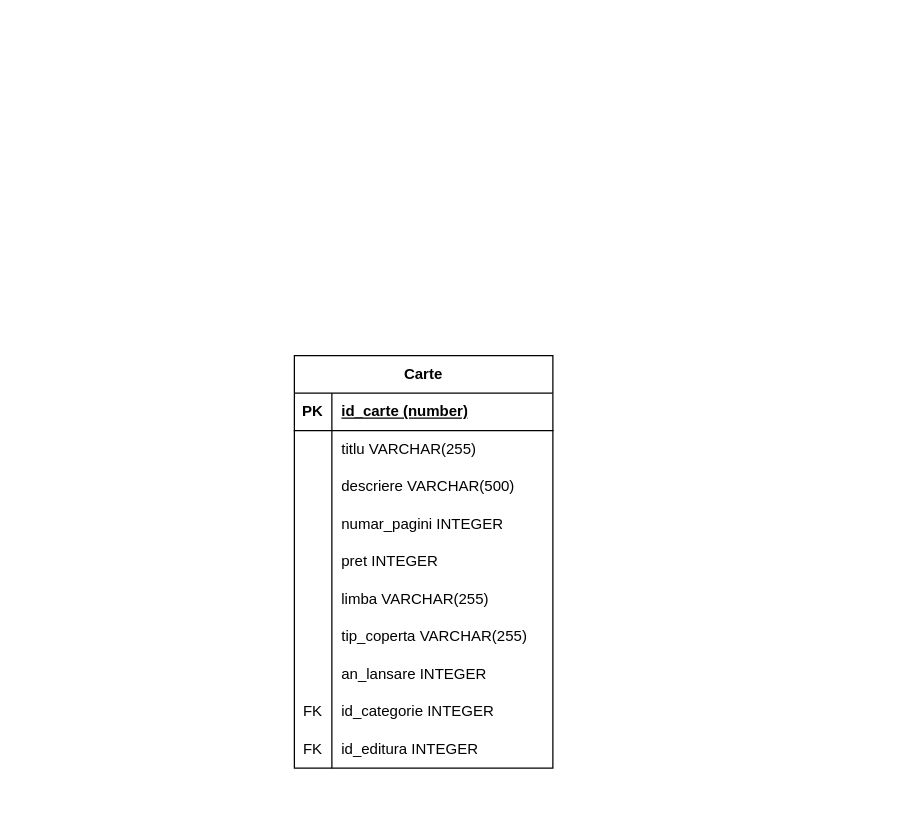
Before: Untitled Diagram.drawio in CiprianVlad/facultate, a draw.io diagram. Source tidied: cells renumbered, new cells numbered last; positions are measured from the earlier drawing's top-left corner, leaving out a move shared by most shapes. Both pictures are drawn from the tidied source at 125%, with x=0, y=0 at pixel (294, 355).
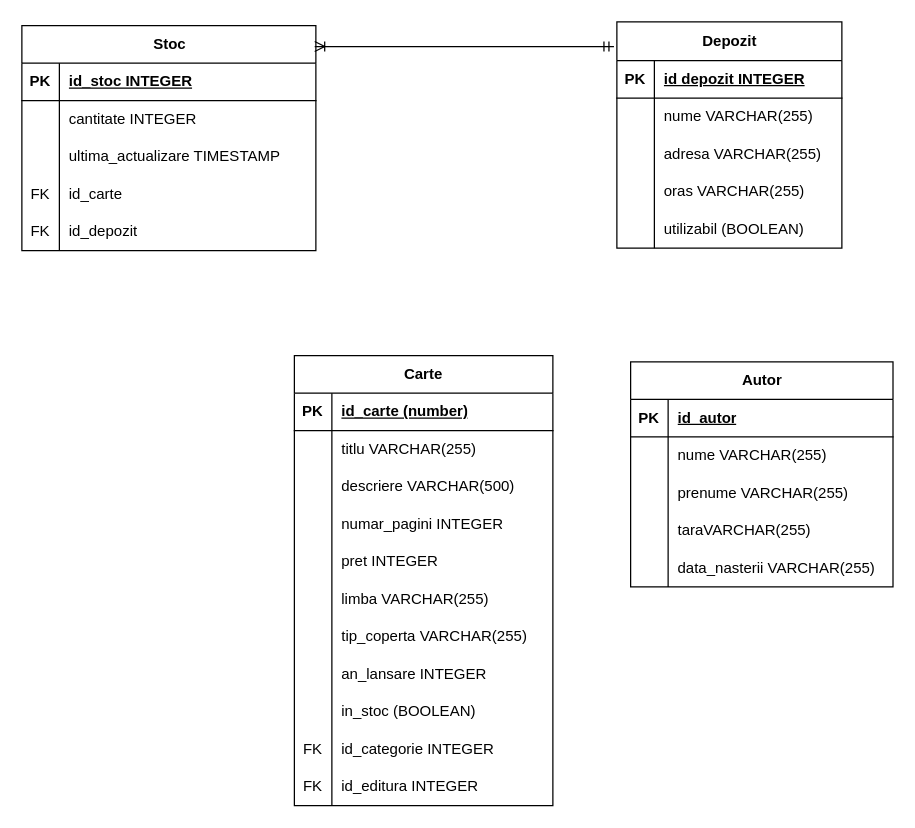
The same diagram, later.

Change to the diagram source:
```diff
@@
     <mxCell id="2" value="Carte" style="shape=table;startSize=30;childLayout=tableLayout;rowLines=0;fontStyle=1;align=center;html=1;" parent="1" vertex="1">
-      <mxGeometry width="206.8" height="330" as="geometry" />
+      <mxGeometry width="206.8" height="360" as="geometry" />
     </mxCell>
@@
+    <mxCell id="33" style="shape=tableRow;horizontal=0;startSize=0;swimlaneHead=0;swimlaneBody=0;fillColor=none;top=0;left=0;right=0;bottom=0;" parent="2" vertex="1">
+      <mxGeometry y="270" width="206.8" height="30" as="geometry" />
+    </mxCell>
+    <mxCell id="34" style="shape=partialRectangle;fillColor=none;top=0;left=0;bottom=0;right=0;overflow=hidden;whiteSpace=wrap;html=1;" parent="33" vertex="1">
+      <mxGeometry width="30" height="30" as="geometry" />
+    </mxCell>
+    <mxCell id="35" value="in_stoc (BOOLEAN)" style="shape=partialRectangle;fillColor=none;top=0;left=0;bottom=0;right=0;align=left;spacingLeft=6;overflow=hidden;whiteSpace=wrap;html=1;" parent="33" vertex="1">
+      <mxGeometry x="30" width="176.8" height="30" as="geometry" />
+    </mxCell>
     <mxCell id="27" style="shape=tableRow;horizontal=0;startSize=0;swimlaneHead=0;swimlaneBody=0;fillColor=none;top=0;left=0;right=0;bottom=0;" parent="2" vertex="1">
-      <mxGeometry y="270" width="206.8" height="30" as="geometry" />
+      <mxGeometry y="300" width="206.8" height="30" as="geometry" />
     </mxCell>
@@
     <mxCell id="30" style="shape=tableRow;horizontal=0;startSize=0;swimlaneHead=0;swimlaneBody=0;fillColor=none;top=0;left=0;right=0;bottom=0;" parent="2" vertex="1">
-      <mxGeometry y="300" width="206.8" height="30" as="geometry" />
+      <mxGeometry y="330" width="206.8" height="30" as="geometry" />
     </mxCell>
@@
+    <mxCell id="36" value="Stoc" style="shape=table;startSize=30;childLayout=tableLayout;rowLines=0;fontStyle=1;align=center;html=1;" parent="1" vertex="1">
+      <mxGeometry x="-218" y="-264" width="235.2" height="180" as="geometry" />
+    </mxCell>
+    <mxCell id="37" style="shape=tableRow;horizontal=0;startSize=0;swimlaneHead=0;swimlaneBody=0;fillColor=none;top=0;left=0;right=0;bottom=1;" parent="36" vertex="1">
+      <mxGeometry y="30" width="235.2" height="30" as="geometry" />
+    </mxCell>
+    <mxCell id="38" value="PK" style="shape=partialRectangle;fillColor=none;top=0;left=0;bottom=0;right=0;fontStyle=1;overflow=hidden;whiteSpace=wrap;html=1;" parent="37" vertex="1">
+      <mxGeometry width="30" height="30" as="geometry" />
+    </mxCell>
+    <mxCell id="39" value="id_stoc INTEGER" style="shape=partialRectangle;fillColor=none;top=0;left=0;bottom=0;right=0;align=left;spacingLeft=6;fontStyle=5;overflow=hidden;whiteSpace=wrap;html=1;" parent="37" vertex="1">
+      <mxGeometry x="30" width="205.2" height="30" as="geometry" />
+    </mxCell>
+    <mxCell id="40" style="shape=tableRow;horizontal=0;startSize=0;swimlaneHead=0;swimlaneBody=0;fillColor=none;top=0;left=0;right=0;bottom=0;" parent="36" vertex="1">
+      <mxGeometry y="60" width="235.2" height="30" as="geometry" />
+    </mxCell>
+    <mxCell id="41" style="shape=partialRectangle;fillColor=none;top=0;left=0;bottom=0;right=0;overflow=hidden;whiteSpace=wrap;html=1;" parent="40" vertex="1">
+      <mxGeometry width="30" height="30" as="geometry" />
+    </mxCell>
+    <mxCell id="42" value="cantitate INTEGER" style="shape=partialRectangle;fillColor=none;top=0;left=0;bottom=0;right=0;align=left;spacingLeft=6;overflow=hidden;whiteSpace=wrap;html=1;" parent="40" vertex="1">
+      <mxGeometry x="30" width="205.2" height="30" as="geometry" />
+    </mxCell>
+    <mxCell id="43" style="shape=tableRow;horizontal=0;startSize=0;swimlaneHead=0;swimlaneBody=0;fillColor=none;top=0;left=0;right=0;bottom=0;" parent="36" vertex="1">
+      <mxGeometry y="90" width="235.2" height="30" as="geometry" />
+    </mxCell>
+    <mxCell id="44" style="shape=partialRectangle;fillColor=none;top=0;left=0;bottom=0;right=0;overflow=hidden;whiteSpace=wrap;html=1;" parent="43" vertex="1">
+      <mxGeometry width="30" height="30" as="geometry" />
+    </mxCell>
+    <mxCell id="45" value="ultima_actualizare TIMESTAMP" style="shape=partialRectangle;fillColor=none;top=0;left=0;bottom=0;right=0;align=left;spacingLeft=6;overflow=hidden;whiteSpace=wrap;html=1;" parent="43" vertex="1">
+      <mxGeometry x="30" width="205.2" height="30" as="geometry" />
+    </mxCell>
+    <mxCell id="46" style="shape=tableRow;horizontal=0;startSize=0;swimlaneHead=0;swimlaneBody=0;fillColor=none;top=0;left=0;right=0;bottom=0;" parent="36" vertex="1">
+      <mxGeometry y="120" width="235.2" height="30" as="geometry" />
+    </mxCell>
+    <mxCell id="47" value="FK" style="shape=partialRectangle;fillColor=none;top=0;left=0;bottom=0;right=0;overflow=hidden;whiteSpace=wrap;html=1;" parent="46" vertex="1">
+      <mxGeometry width="30" height="30" as="geometry" />
+    </mxCell>
+    <mxCell id="48" value="id_carte" style="shape=partialRectangle;fillColor=none;top=0;left=0;bottom=0;right=0;align=left;spacingLeft=6;overflow=hidden;whiteSpace=wrap;html=1;" parent="46" vertex="1">
+      <mxGeometry x="30" width="205.2" height="30" as="geometry" />
+    </mxCell>
+    <mxCell id="49" style="shape=tableRow;horizontal=0;startSize=0;swimlaneHead=0;swimlaneBody=0;fillColor=none;top=0;left=0;right=0;bottom=0;" parent="36" vertex="1">
+      <mxGeometry y="150" width="235.2" height="30" as="geometry" />
+    </mxCell>
+    <mxCell id="50" value="FK" style="shape=partialRectangle;fillColor=none;top=0;left=0;bottom=0;right=0;overflow=hidden;whiteSpace=wrap;html=1;" parent="49" vertex="1">
+      <mxGeometry width="30" height="30" as="geometry" />
+    </mxCell>
+    <mxCell id="51" value="id_depozit" style="shape=partialRectangle;fillColor=none;top=0;left=0;bottom=0;right=0;align=left;spacingLeft=6;overflow=hidden;whiteSpace=wrap;html=1;" parent="49" vertex="1">
+      <mxGeometry x="30" width="205.2" height="30" as="geometry" />
+    </mxCell>
+    <mxCell id="52" value="Depozit" style="shape=table;startSize=31;childLayout=tableLayout;rowLines=0;fontStyle=1;align=center;html=1;" parent="1" vertex="1">
+      <mxGeometry x="258" y="-267" width="180" height="181" as="geometry" />
+    </mxCell>
+    <mxCell id="53" style="shape=tableRow;horizontal=0;startSize=0;swimlaneHead=0;swimlaneBody=0;fillColor=none;top=0;left=0;right=0;bottom=1;" parent="52" vertex="1">
+      <mxGeometry y="31" width="180" height="30" as="geometry" />
+    </mxCell>
+    <mxCell id="54" value="PK" style="shape=partialRectangle;fillColor=none;top=0;left=0;bottom=0;right=0;fontStyle=1;overflow=hidden;whiteSpace=wrap;html=1;" parent="53" vertex="1">
+      <mxGeometry width="30" height="30" as="geometry" />
+    </mxCell>
+    <mxCell id="55" value="id depozit INTEGER" style="shape=partialRectangle;fillColor=none;top=0;left=0;bottom=0;right=0;align=left;spacingLeft=6;fontStyle=5;overflow=hidden;whiteSpace=wrap;html=1;" parent="53" vertex="1">
+      <mxGeometry x="30" width="150" height="30" as="geometry" />
+    </mxCell>
+    <mxCell id="56" style="shape=tableRow;horizontal=0;startSize=0;swimlaneHead=0;swimlaneBody=0;fillColor=none;top=0;left=0;right=0;bottom=0;" parent="52" vertex="1">
+      <mxGeometry y="61" width="180" height="30" as="geometry" />
+    </mxCell>
+    <mxCell id="57" style="shape=partialRectangle;fillColor=none;top=0;left=0;bottom=0;right=0;overflow=hidden;whiteSpace=wrap;html=1;" parent="56" vertex="1">
+      <mxGeometry width="30" height="30" as="geometry" />
+    </mxCell>
+    <mxCell id="58" value="nume VARCHAR(255)" style="shape=partialRectangle;fillColor=none;top=0;left=0;bottom=0;right=0;align=left;spacingLeft=6;overflow=hidden;whiteSpace=wrap;html=1;" parent="56" vertex="1">
+      <mxGeometry x="30" width="150" height="30" as="geometry" />
+    </mxCell>
+    <mxCell id="59" style="shape=tableRow;horizontal=0;startSize=0;swimlaneHead=0;swimlaneBody=0;fillColor=none;top=0;left=0;right=0;bottom=0;" parent="52" vertex="1">
+      <mxGeometry y="91" width="180" height="30" as="geometry" />
+    </mxCell>
+    <mxCell id="60" style="shape=partialRectangle;fillColor=none;top=0;left=0;bottom=0;right=0;overflow=hidden;whiteSpace=wrap;html=1;" parent="59" vertex="1">
+      <mxGeometry width="30" height="30" as="geometry" />
+    </mxCell>
+    <mxCell id="61" value="adresa VARCHAR(255)" style="shape=partialRectangle;fillColor=none;top=0;left=0;bottom=0;right=0;align=left;spacingLeft=6;overflow=hidden;whiteSpace=wrap;html=1;" parent="59" vertex="1">
+      <mxGeometry x="30" width="150" height="30" as="geometry" />
+    </mxCell>
+    <mxCell id="62" style="shape=tableRow;horizontal=0;startSize=0;swimlaneHead=0;swimlaneBody=0;fillColor=none;top=0;left=0;right=0;bottom=0;" parent="52" vertex="1">
+      <mxGeometry y="121" width="180" height="30" as="geometry" />
+    </mxCell>
+    <mxCell id="63" style="shape=partialRectangle;fillColor=none;top=0;left=0;bottom=0;right=0;overflow=hidden;whiteSpace=wrap;html=1;" parent="62" vertex="1">
+      <mxGeometry width="30" height="30" as="geometry" />
+    </mxCell>
+    <mxCell id="64" value="oras VARCHAR(255)" style="shape=partialRectangle;fillColor=none;top=0;left=0;bottom=0;right=0;align=left;spacingLeft=6;overflow=hidden;whiteSpace=wrap;html=1;" parent="62" vertex="1">
+      <mxGeometry x="30" width="150" height="30" as="geometry" />
+    </mxCell>
+    <mxCell id="65" style="shape=tableRow;horizontal=0;startSize=0;swimlaneHead=0;swimlaneBody=0;fillColor=none;top=0;left=0;right=0;bottom=0;" parent="52" vertex="1">
+      <mxGeometry y="151" width="180" height="30" as="geometry" />
+    </mxCell>
+    <mxCell id="66" style="shape=partialRectangle;fillColor=none;top=0;left=0;bottom=0;right=0;overflow=hidden;whiteSpace=wrap;html=1;" parent="65" vertex="1">
+      <mxGeometry width="30" height="30" as="geometry" />
+    </mxCell>
+    <mxCell id="67" value="utilizabil (BOOLEAN)" style="shape=partialRectangle;fillColor=none;top=0;left=0;bottom=0;right=0;align=left;spacingLeft=6;overflow=hidden;whiteSpace=wrap;html=1;" parent="65" vertex="1">
+      <mxGeometry x="30" width="150" height="30" as="geometry" />
+    </mxCell>
+    <mxCell id="68" style="edgeStyle=entityRelationEdgeStyle;fontSize=12;html=1;endArrow=ERoneToMany;startArrow=ERmandOne;rounded=0;exitX=-0.013;exitY=0.109;exitDx=0;exitDy=0;entryX=0.996;entryY=0.093;entryDx=0;entryDy=0;entryPerimeter=0;exitPerimeter=0;" parent="1" edge="1" source="52" target="36">
+      <mxGeometry relative="1" as="geometry" />
+    </mxCell>
+    <mxCell id="69" value="Autor" style="shape=table;startSize=30;childLayout=tableLayout;rowLines=0;fontStyle=1;align=center;html=1;" parent="1" vertex="1">
+      <mxGeometry x="269" y="5" width="209.9" height="180" as="geometry" />
+    </mxCell>
+    <mxCell id="70" style="shape=tableRow;horizontal=0;startSize=0;swimlaneHead=0;swimlaneBody=0;fillColor=none;top=0;left=0;right=0;bottom=1;" parent="69" vertex="1">
+      <mxGeometry y="30" width="209.9" height="30" as="geometry" />
+    </mxCell>
+    <mxCell id="71" value="PK" style="shape=partialRectangle;fillColor=none;top=0;left=0;bottom=0;right=0;fontStyle=1;overflow=hidden;whiteSpace=wrap;html=1;" parent="70" vertex="1">
+      <mxGeometry width="30" height="30" as="geometry" />
+    </mxCell>
+    <mxCell id="72" value="id_autor" style="shape=partialRectangle;fillColor=none;top=0;left=0;bottom=0;right=0;align=left;spacingLeft=6;fontStyle=5;overflow=hidden;whiteSpace=wrap;html=1;" parent="70" vertex="1">
+      <mxGeometry x="30" width="179.9" height="30" as="geometry" />
+    </mxCell>
+    <mxCell id="73" style="shape=tableRow;horizontal=0;startSize=0;swimlaneHead=0;swimlaneBody=0;fillColor=none;top=0;left=0;right=0;bottom=0;" parent="69" vertex="1">
+      <mxGeometry y="60" width="209.9" height="30" as="geometry" />
+    </mxCell>
+    <mxCell id="74" style="shape=partialRectangle;fillColor=none;top=0;left=0;bottom=0;right=0;overflow=hidden;whiteSpace=wrap;html=1;" parent="73" vertex="1">
+      <mxGeometry width="30" height="30" as="geometry" />
+    </mxCell>
+    <mxCell id="75" value="nume VARCHAR(255)" style="shape=partialRectangle;fillColor=none;top=0;left=0;bottom=0;right=0;align=left;spacingLeft=6;overflow=hidden;whiteSpace=wrap;html=1;" parent="73" vertex="1">
+      <mxGeometry x="30" width="179.9" height="30" as="geometry" />
+    </mxCell>
+    <mxCell id="76" style="shape=tableRow;horizontal=0;startSize=0;swimlaneHead=0;swimlaneBody=0;fillColor=none;top=0;left=0;right=0;bottom=0;" parent="69" vertex="1">
+      <mxGeometry y="90" width="209.9" height="30" as="geometry" />
+    </mxCell>
+    <mxCell id="77" style="shape=partialRectangle;fillColor=none;top=0;left=0;bottom=0;right=0;overflow=hidden;whiteSpace=wrap;html=1;" parent="76" vertex="1">
+      <mxGeometry width="30" height="30" as="geometry" />
+    </mxCell>
+    <mxCell id="78" value="prenume VARCHAR(255)" style="shape=partialRectangle;fillColor=none;top=0;left=0;bottom=0;right=0;align=left;spacingLeft=6;overflow=hidden;whiteSpace=wrap;html=1;" parent="76" vertex="1">
+      <mxGeometry x="30" width="179.9" height="30" as="geometry" />
+    </mxCell>
+    <mxCell id="79" style="shape=tableRow;horizontal=0;startSize=0;swimlaneHead=0;swimlaneBody=0;fillColor=none;top=0;left=0;right=0;bottom=0;" parent="69" vertex="1">
+      <mxGeometry y="120" width="209.9" height="30" as="geometry" />
+    </mxCell>
+    <mxCell id="80" style="shape=partialRectangle;fillColor=none;top=0;left=0;bottom=0;right=0;overflow=hidden;whiteSpace=wrap;html=1;" parent="79" vertex="1">
+      <mxGeometry width="30" height="30" as="geometry" />
+    </mxCell>
+    <mxCell id="81" value="taraVARCHAR(255)" style="shape=partialRectangle;fillColor=none;top=0;left=0;bottom=0;right=0;align=left;spacingLeft=6;overflow=hidden;whiteSpace=wrap;html=1;" parent="79" vertex="1">
+      <mxGeometry x="30" width="179.9" height="30" as="geometry" />
+    </mxCell>
+    <mxCell id="82" style="shape=tableRow;horizontal=0;startSize=0;swimlaneHead=0;swimlaneBody=0;fillColor=none;top=0;left=0;right=0;bottom=0;" parent="69" vertex="1">
+      <mxGeometry y="150" width="209.9" height="30" as="geometry" />
+    </mxCell>
+    <mxCell id="83" style="shape=partialRectangle;fillColor=none;top=0;left=0;bottom=0;right=0;overflow=hidden;whiteSpace=wrap;html=1;" parent="82" vertex="1">
+      <mxGeometry width="30" height="30" as="geometry" />
+    </mxCell>
+    <mxCell id="84" value="data_nasterii VARCHAR(255)" style="shape=partialRectangle;fillColor=none;top=0;left=0;bottom=0;right=0;align=left;spacingLeft=6;overflow=hidden;whiteSpace=wrap;html=1;" parent="82" vertex="1">
+      <mxGeometry x="30" width="179.9" height="30" as="geometry" />
+    </mxCell>
```
